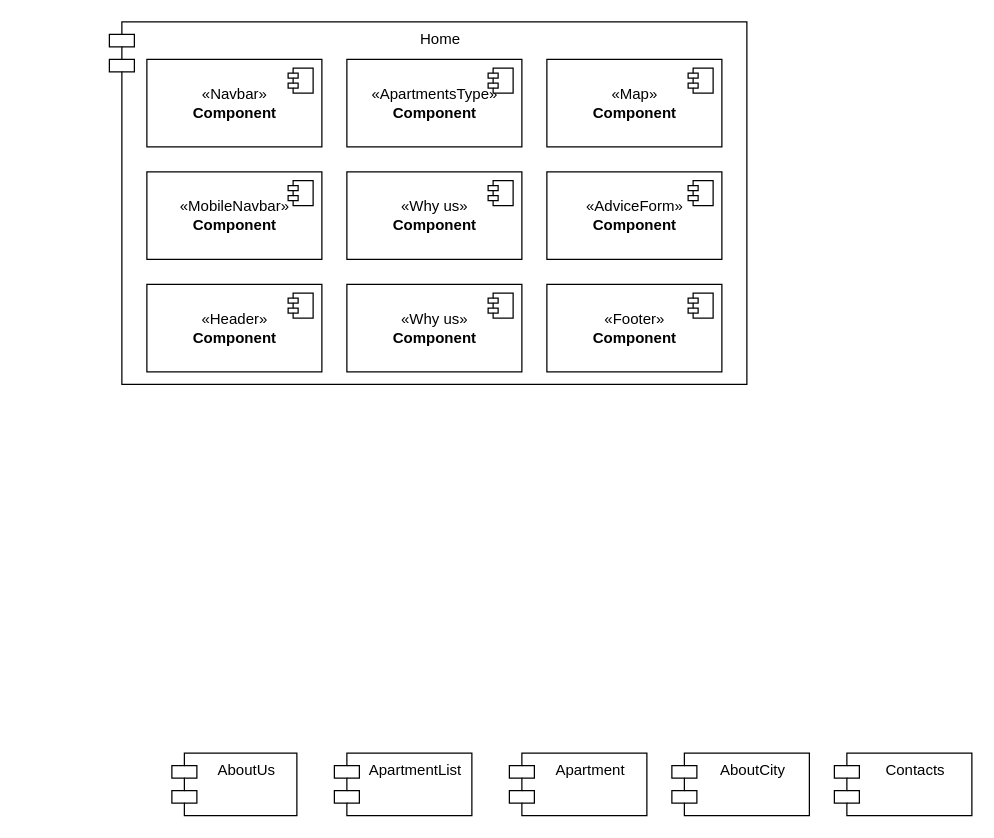
The draw.io diagram components_scheme.drawio in Deadusik/better_reality, before the edit. Source tidied: cells renumbered, new cells numbered last; positions are measured from the earlier drawing's top-left corner, leaving out a move shared by most shapes. Both pictures are drawn from the tidied source at 125%, with x=0, y=0 at pixel (109, 21).
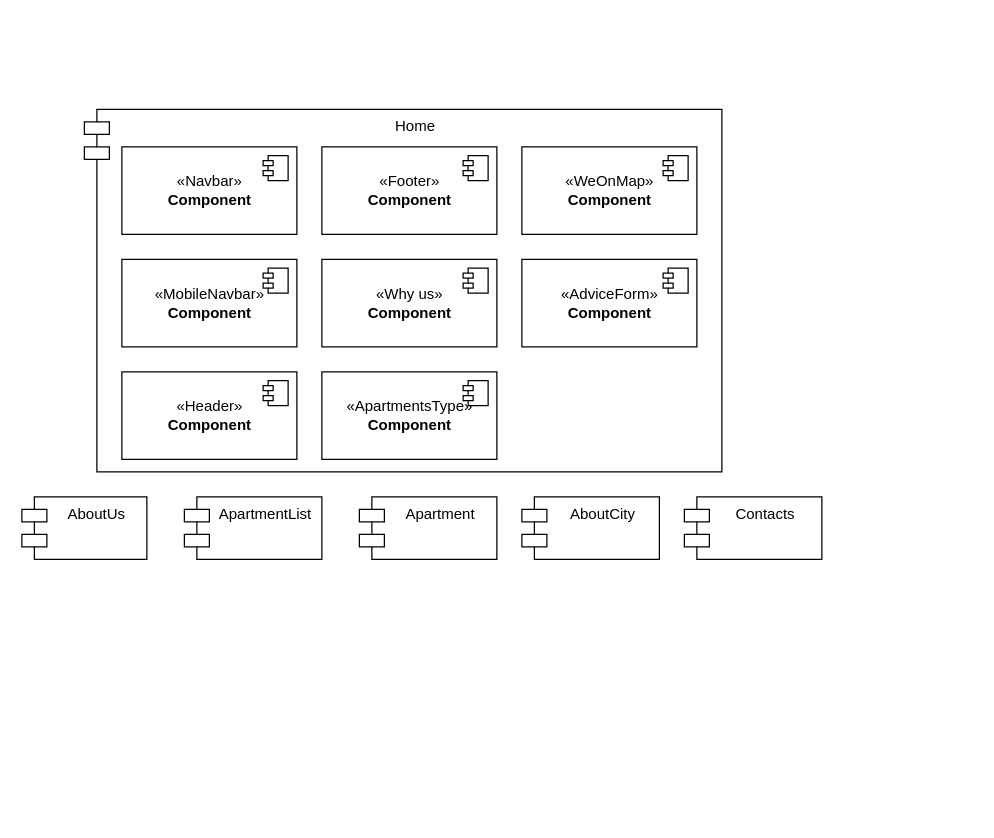
Above is the later version.

What changed in the source:
```diff
@@
     <mxCell id="2" value="Home" style="shape=module;align=left;spacingLeft=20;align=center;verticalAlign=top;" parent="1" vertex="1">
-      <mxGeometry width="510" height="290" as="geometry" />
+      <mxGeometry x="-20" y="70" width="510" height="290" as="geometry" />
     </mxCell>
     <mxCell id="3" value="AboutUs" style="shape=module;align=left;spacingLeft=20;align=center;verticalAlign=top;" parent="1" vertex="1">
-      <mxGeometry x="50" y="585" width="100" height="50" as="geometry" />
+      <mxGeometry x="-70" y="380" width="100" height="50" as="geometry" />
     </mxCell>
     <mxCell id="4" value="ApartmentList" style="shape=module;align=left;spacingLeft=20;align=center;verticalAlign=top;" parent="1" vertex="1">
-      <mxGeometry x="180" y="585" width="110" height="50" as="geometry" />
+      <mxGeometry x="60" y="380" width="110" height="50" as="geometry" />
     </mxCell>
     <mxCell id="5" value="Apartment" style="shape=module;align=left;spacingLeft=20;align=center;verticalAlign=top;" parent="1" vertex="1">
-      <mxGeometry x="320" y="585" width="110" height="50" as="geometry" />
+      <mxGeometry x="200" y="380" width="110" height="50" as="geometry" />
     </mxCell>
     <mxCell id="6" value="AboutCity" style="shape=module;align=left;spacingLeft=20;align=center;verticalAlign=top;" parent="1" vertex="1">
-      <mxGeometry x="450" y="585" width="110" height="50" as="geometry" />
+      <mxGeometry x="330" y="380" width="110" height="50" as="geometry" />
     </mxCell>
     <mxCell id="7" value="Contacts" style="shape=module;align=left;spacingLeft=20;align=center;verticalAlign=top;" parent="1" vertex="1">
-      <mxGeometry x="580" y="585" width="110" height="50" as="geometry" />
+      <mxGeometry x="460" y="380" width="110" height="50" as="geometry" />
     </mxCell>
     <mxCell id="8" value="«Navbar»&lt;br&gt;&lt;b&gt;Component&lt;/b&gt;" style="html=1;" parent="1" vertex="1">
-      <mxGeometry x="30" y="30" width="140" height="70" as="geometry" />
+      <mxGeometry x="10" y="100" width="140" height="70" as="geometry" />
     </mxCell>
@@
     <mxCell id="10" value="«MobileNavbar»&lt;br&gt;&lt;b&gt;Component&lt;/b&gt;" style="html=1;" parent="1" vertex="1">
-      <mxGeometry x="30" y="120" width="140" height="70" as="geometry" />
+      <mxGeometry x="10" y="190" width="140" height="70" as="geometry" />
     </mxCell>
@@
     <mxCell id="12" value="«Header»&lt;br&gt;&lt;b&gt;Component&lt;/b&gt;" style="html=1;" parent="1" vertex="1">
-      <mxGeometry x="30" y="210" width="140" height="70" as="geometry" />
+      <mxGeometry x="10" y="280" width="140" height="70" as="geometry" />
     </mxCell>
@@
     <mxCell id="14" value="«ApartmentsType»&lt;br&gt;&lt;b&gt;Component&lt;/b&gt;" style="html=1;" parent="1" vertex="1">
-      <mxGeometry x="190" y="30" width="140" height="70" as="geometry" />
+      <mxGeometry x="170" y="280" width="140" height="70" as="geometry" />
     </mxCell>
@@
     <mxCell id="16" value="«Why us»&lt;br&gt;&lt;b&gt;Component&lt;/b&gt;" style="html=1;" parent="1" vertex="1">
-      <mxGeometry x="190" y="120" width="140" height="70" as="geometry" />
+      <mxGeometry x="170" y="190" width="140" height="70" as="geometry" />
     </mxCell>
@@
-    <mxCell id="18" value="«Why us»&lt;br&gt;&lt;b&gt;Component&lt;/b&gt;" style="html=1;" parent="1" vertex="1">
-      <mxGeometry x="190" y="210" width="140" height="70" as="geometry" />
-    </mxCell>
-    <mxCell id="19" style="shape=module;jettyWidth=8;jettyHeight=4;" parent="18" vertex="1">
-      <mxGeometry x="1" width="20" height="20" relative="1" as="geometry">
-        <mxPoint x="-27" y="7" as="offset" />
-      </mxGeometry>
-    </mxCell>
-    <mxCell id="20" value="«Map»&lt;br&gt;&lt;b&gt;Component&lt;/b&gt;" style="html=1;" parent="1" vertex="1">
-      <mxGeometry x="350" y="30" width="140" height="70" as="geometry" />
+    <mxCell id="20" value="«WeOnMap»&lt;br&gt;&lt;b&gt;Component&lt;/b&gt;" style="html=1;" parent="1" vertex="1">
+      <mxGeometry x="330" y="100" width="140" height="70" as="geometry" />
     </mxCell>
@@
     <mxCell id="22" value="«AdviceForm»&lt;br&gt;&lt;b&gt;Component&lt;/b&gt;" style="html=1;" parent="1" vertex="1">
-      <mxGeometry x="350" y="120" width="140" height="70" as="geometry" />
+      <mxGeometry x="330" y="190" width="140" height="70" as="geometry" />
     </mxCell>
@@
     <mxCell id="24" value="«Footer»&lt;br&gt;&lt;b&gt;Component&lt;/b&gt;" style="html=1;" parent="1" vertex="1">
-      <mxGeometry x="350" y="210" width="140" height="70" as="geometry" />
+      <mxGeometry x="170" y="100" width="140" height="70" as="geometry" />
     </mxCell>
```
